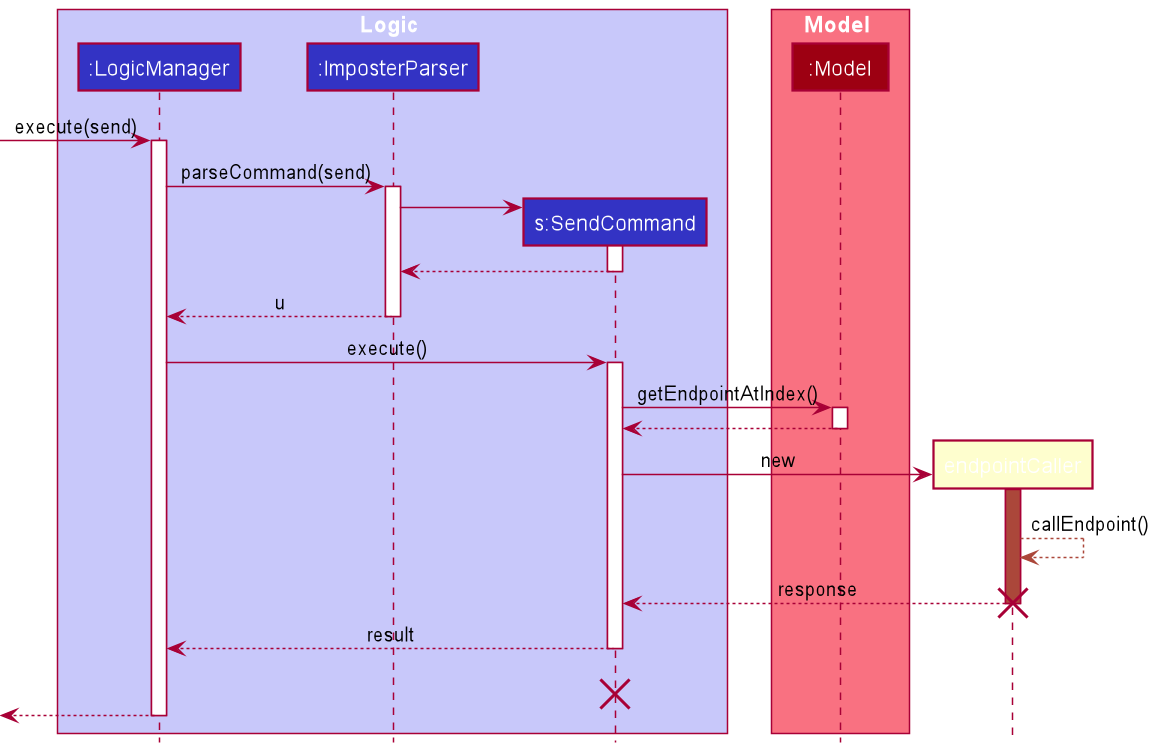
Above: docs/images/SendSequenceDiagram.png in nus-cs2103-AY2021S2/tp (PlantUML), before the change. Its diagram source:
```plantuml
@startuml
!include style.puml

box Logic LOGIC_COLOR_T1
participant ":LogicManager" as LogicManager LOGIC_COLOR
participant ":ImposterParser" as ImposterParser LOGIC_COLOR
participant "s:SendCommand" as SendCommand LOGIC_COLOR

end box

box Model MODEL_COLOR_T1
participant ":Model" as Model MODEL_COLOR
end box
[-> LogicManager : execute(send)
activate LogicManager

LogicManager -> ImposterParser : parseCommand(send)
activate ImposterParser

create SendCommand
ImposterParser -> SendCommand
activate SendCommand

SendCommand --> ImposterParser
deactivate SendCommand

ImposterParser --> LogicManager : u
deactivate ImposterParser

LogicManager -> SendCommand : execute()
activate SendCommand

SendCommand -> Model : getEndpointAtIndex()
activate Model

Model --> SendCommand
deactivate Model

create endpointCaller
SendCommand -> endpointCaller : new
activate endpointCaller ENDPOINTCALLER_COLOR

endpointCaller -[ENDPOINTCALLER_COLOR]--> endpointCaller : callEndpoint()
return response
deactivate endpointCaller ENDPOINTCALLER_COLOR
destroy endpointCaller

SendCommand --> LogicManager : result
deactivate SendCommand
SendCommand -[hidden]-> LogicManager : result
destroy SendCommand

[<--LogicManager
deactivate LogicManager
@enduml
```
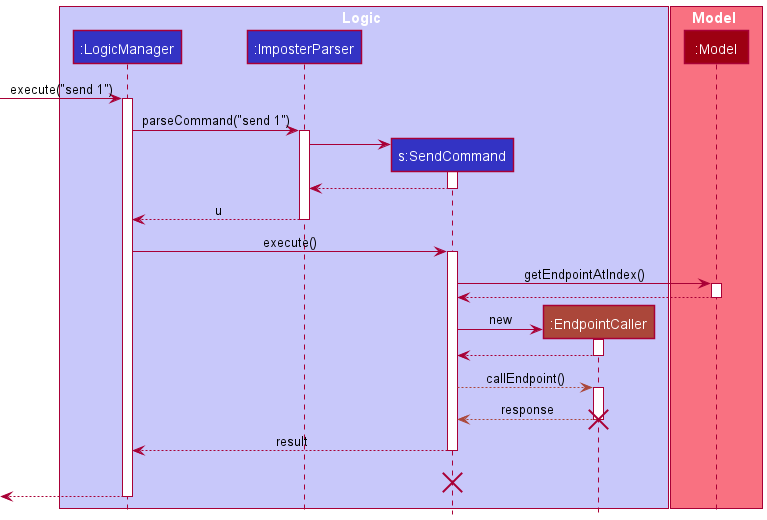
The same file after the commit.

Commit message:
Minor fix on two sequence diagrams

Diff of the diagram source:
```diff
@@ -5,16 +5,17 @@
 participant ":LogicManager" as LogicManager LOGIC_COLOR
 participant ":ImposterParser" as ImposterParser LOGIC_COLOR
 participant "s:SendCommand" as SendCommand LOGIC_COLOR
+participant ":EndpointCaller" as EndpointCaller ENDPOINTCALLER_COLOR
 
 end box
 
 box Model MODEL_COLOR_T1
 participant ":Model" as Model MODEL_COLOR
 end box
-[-> LogicManager : execute(send)
+[-> LogicManager : execute("send 1")
 activate LogicManager
 
-LogicManager -> ImposterParser : parseCommand(send)
+LogicManager -> ImposterParser : parseCommand("send 1")
 activate ImposterParser
 
 create SendCommand
@@ -36,14 +37,18 @@
 Model --> SendCommand
 deactivate Model
 
-create endpointCaller
-SendCommand -> endpointCaller : new
-activate endpointCaller ENDPOINTCALLER_COLOR
+create EndpointCaller
+SendCommand -> EndpointCaller : new
+activate EndpointCaller
 
-endpointCaller -[ENDPOINTCALLER_COLOR]--> endpointCaller : callEndpoint()
+return
+
+SendCommand -[ENDPOINTCALLER_COLOR]--> EndpointCaller : callEndpoint()
+activate EndpointCaller
+
 return response
-deactivate endpointCaller ENDPOINTCALLER_COLOR
-destroy endpointCaller
+deactivate EndpointCaller ENDPOINTCALLER_COLOR
+destroy EndpointCaller
 
 SendCommand --> LogicManager : result
 deactivate SendCommand
```
